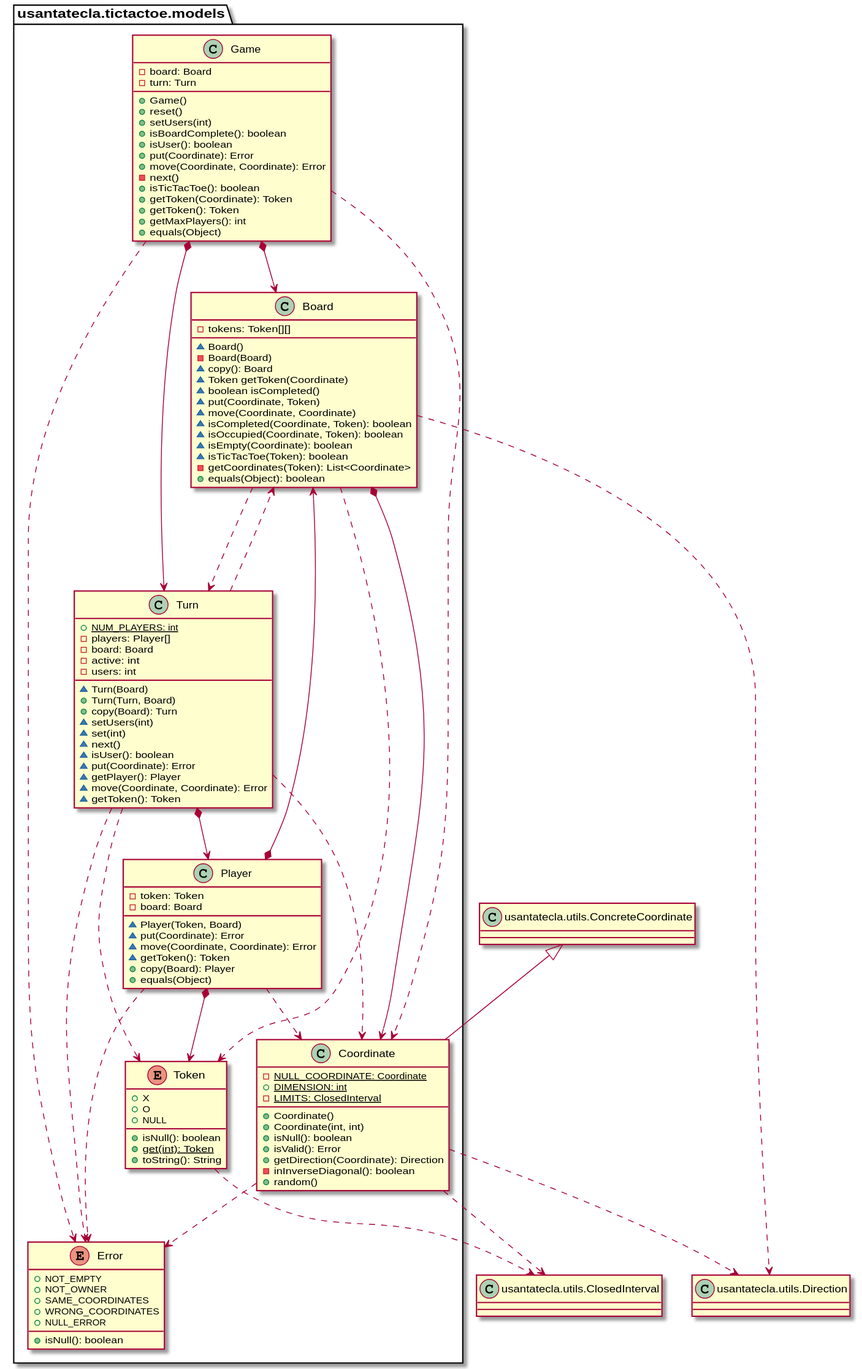
Earlier version of the PlantUML export documentView/withFactoryMethod/docs/diagrams/out/paquetes/tictactoe.models.svg (Jolucaa/USantaTecla-project-ticTacToe).
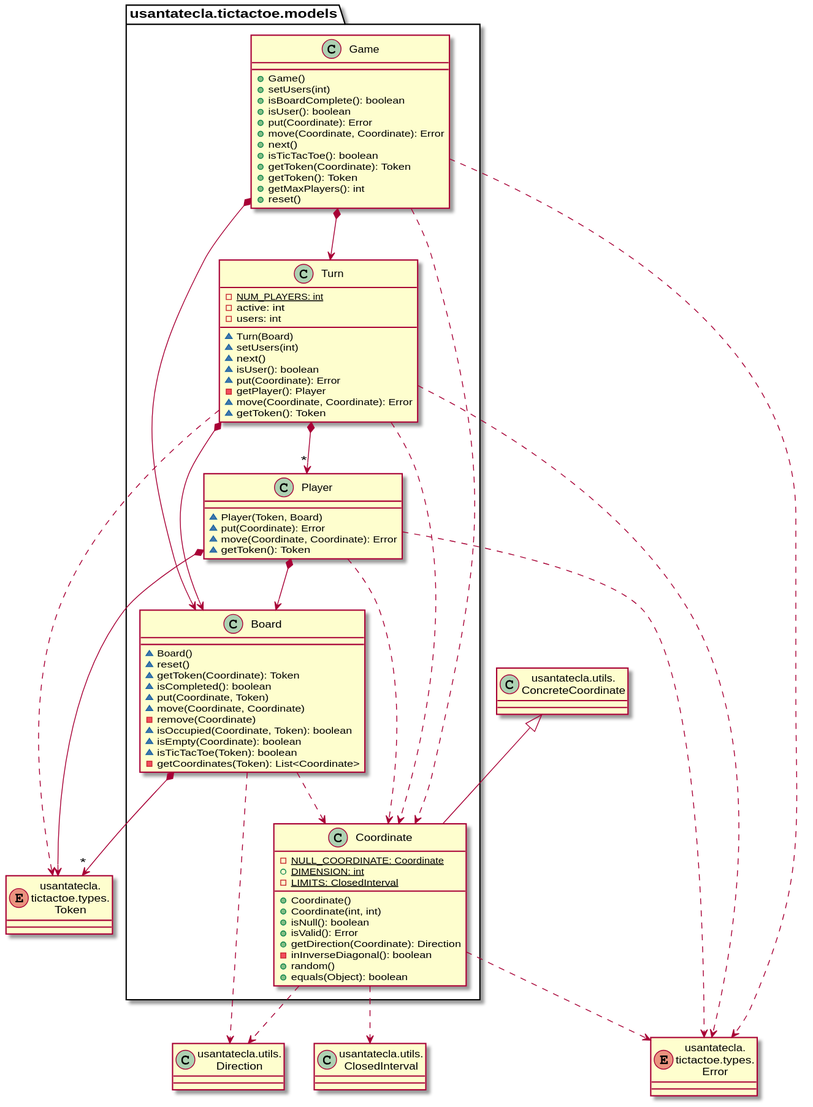
Above is the later version.

Diff of the diagram source:
```diff
@@ -1,126 +1,92 @@
 @startuml
+enum Error as "usantatecla.\ntictactoe.types.\nError"
+enum Token as "usantatecla.\ntictactoe.types.\nToken"
+class Direction as "usantatecla.utils.\nDirection"
+class ConcreteCoordinate as "usantatecla.utils.\nConcreteCoordinate"
+class ClosedInterval as "usantatecla.utils.\nClosedInterval"
+
 class  usantatecla.tictactoe.models.Board{
-- tokens: Token[][]
-~ Board()
-- Board(Board)
-~ copy(): Board
-~ Token getToken(Coordinate)
-~ boolean isCompleted()
-~ put(Coordinate, Token)
-~ move(Coordinate, Coordinate)
-~ isCompleted(Coordinate, Token): boolean
-~ isOccupied(Coordinate, Token): boolean
-~ isEmpty(Coordinate): boolean
-~ isTicTacToe(Token): boolean
-- getCoordinates(Token): List<Coordinate>
-+ equals(Object): boolean
+  ~ Board()
+  ~ reset()
+  ~ getToken(Coordinate): Token
+  ~ isCompleted(): boolean
+  ~ put(Coordinate, Token)
+  ~ move(Coordinate, Coordinate)
+  - remove(Coordinate)
+  ~ isOccupied(Coordinate, Token): boolean
+  ~ isEmpty(Coordinate): boolean
+  ~ isTicTacToe(Token): boolean
+  - getCoordinates(Token): List<Coordinate>
 }
-
-class ClosedInterval as "usantatecla.utils.ClosedInterval"
-class ConcreteCoordinate as "usantatecla.utils.ConcreteCoordinate"
-class Direction as "usantatecla.utils.Direction"
-
-usantatecla.tictactoe.models.Board *-down-> usantatecla.tictactoe.models.Coordinate
-usantatecla.tictactoe.models.Board ..> usantatecla.tictactoe.types.Token
-usantatecla.tictactoe.models.Board ..> usantatecla.tictactoe.models.Turn
-usantatecla.tictactoe.models.Board ..> Direction
+usantatecla.tictactoe.models.Board *-down-> "*" Token
+usantatecla.tictactoe.models.Board .down.> usantatecla.tictactoe.models.Coordinate
+usantatecla.tictactoe.models.Board .down.> Direction
 
 class  usantatecla.tictactoe.models.Coordinate{
-- {static} NULL_COORDINATE: Coordinate
-+ {static} DIMENSION: int
-- {static} LIMITS: ClosedInterval
-+ Coordinate()
-+ Coordinate(int, int)
-+ isNull(): boolean
-+ isValid(): Error
-+ getDirection(Coordinate): Direction
-- inInverseDiagonal(): boolean
-+ random()
+  - {static} NULL_COORDINATE: Coordinate
+  + {static} DIMENSION: int
+  - {static} LIMITS: ClosedInterval
+  + Coordinate()
+  + Coordinate(int, int)
+  + isNull(): boolean
+  + isValid(): Error
+  + getDirection(Coordinate): Direction
+  - inInverseDiagonal(): boolean
+  + random()
+  + equals(Object): boolean
 }
 ConcreteCoordinate <|-down- usantatecla.tictactoe.models.Coordinate
-usantatecla.tictactoe.models.Coordinate ..> usantatecla.tictactoe.types.Error
-usantatecla.tictactoe.models.Coordinate ..> Direction
-usantatecla.tictactoe.models.Coordinate ..> ClosedInterval
-
-enum  usantatecla.tictactoe.types.Error{
-+ NOT_EMPTY
-+ NOT_OWNER
-+ SAME_COORDINATES
-+ WRONG_COORDINATES
-+ NULL_ERROR
-+ isNull(): boolean
-}
+usantatecla.tictactoe.models.Coordinate .down.> Error
+usantatecla.tictactoe.models.Coordinate .down.> Direction
+usantatecla.tictactoe.models.Coordinate .down.> ClosedInterval
 
 class  usantatecla.tictactoe.models.Game{
-- board: Board
-- turn: Turn
-+ Game()
-+ reset()
-+ setUsers(int)
-+ isBoardComplete(): boolean
-+ isUser(): boolean
-+ put(Coordinate): Error
-+ move(Coordinate, Coordinate): Error
-- next()
-+ isTicTacToe(): boolean
-+ getToken(Coordinate): Token
-+ getToken(): Token
-+ getMaxPlayers(): int
-+ equals(Object)
+  + Game()
+  + setUsers(int)
+  + isBoardComplete(): boolean
+  + isUser(): boolean
+  + put(Coordinate): Error
+  + move(Coordinate, Coordinate): Error
+  + next()
+  + isTicTacToe(): boolean
+  + getToken(Coordinate): Token
+  + getToken(): Token
+  + getMaxPlayers(): int
+  + reset()
 }
 usantatecla.tictactoe.models.Game *-down-> usantatecla.tictactoe.models.Board
 usantatecla.tictactoe.models.Game *-down-> usantatecla.tictactoe.models.Turn
-usantatecla.tictactoe.models.Game ..> usantatecla.tictactoe.models.Coordinate
-usantatecla.tictactoe.models.Game ..> usantatecla.tictactoe.types.Error
+usantatecla.tictactoe.models.Game .down.> usantatecla.tictactoe.models.Coordinate
+usantatecla.tictactoe.models.Game .down.> Error
 
 class  usantatecla.tictactoe.models.Player{
-- token: Token
-- board: Board
-~ Player(Token, Board)
-~ put(Coordinate): Error
-~ move(Coordinate, Coordinate): Error
-~ getToken(): Token
-+ copy(Board): Player
-+ equals(Object)
+  ~ Player(Token, Board)
+  ~ put(Coordinate): Error
+  ~ move(Coordinate, Coordinate): Error
+  ~ getToken(): Token
 }
-usantatecla.tictactoe.models.Player *-down-> usantatecla.tictactoe.types.Token
 usantatecla.tictactoe.models.Player *-down-> usantatecla.tictactoe.models.Board
-usantatecla.tictactoe.models.Player ..> usantatecla.tictactoe.models.Coordinate
-usantatecla.tictactoe.models.Player ..> usantatecla.tictactoe.types.Error
+usantatecla.tictactoe.models.Player *-down-> Token
+usantatecla.tictactoe.models.Player .down.> usantatecla.tictactoe.models.Coordinate
+usantatecla.tictactoe.models.Player .down.> Error
 
-enum  usantatecla.tictactoe.types.Token{
-+ X
-+ O
-+ NULL
-+ isNull(): boolean
-+ {static} get(int): Token
-+ toString(): String
+class  usantatecla.tictactoe.models.Turn{
+  - {static} NUM_PLAYERS: int
+  - active: int
+  - users: int
+  ~ Turn(Board)
+  ~ setUsers(int)
+  ~ next()
+  ~ isUser(): boolean
+  ~ put(Coordinate): Error
+  - getPlayer(): Player
+  ~ move(Coordinate, Coordinate): Error
+  ~ getToken(): Token
 }
 
-usantatecla.tictactoe.types.Token ..> ClosedInterval
-
-class  usantatecla.tictactoe.models.Turn{
-+ {static} NUM_PLAYERS: int
-- players: Player[]
-- board: Board
-- active: int
-- users: int
-~ Turn(Board)
-+ Turn(Turn, Board)
-+ copy(Board): Turn
-~ setUsers(int)
-~ set(int)
-~ next()
-~ isUser(): boolean
-~ put(Coordinate): Error
-~ getPlayer(): Player
-~ move(Coordinate, Coordinate): Error
-~ getToken(): Token
-}
-
-usantatecla.tictactoe.models.Turn *-down-> usantatecla.tictactoe.models.Player
-usantatecla.tictactoe.models.Turn ..down-> usantatecla.tictactoe.models.Board
-usantatecla.tictactoe.models.Turn ..down-> usantatecla.tictactoe.types.Token
-usantatecla.tictactoe.models.Turn ..down-> usantatecla.tictactoe.models.Coordinate
-usantatecla.tictactoe.models.Turn ..down-> usantatecla.tictactoe.types.Error
+usantatecla.tictactoe.models.Turn *-down-> "*" usantatecla.tictactoe.models.Player
+usantatecla.tictactoe.models.Turn *-down-> usantatecla.tictactoe.models.Board
+usantatecla.tictactoe.models.Turn .down.> usantatecla.tictactoe.models.Coordinate
+usantatecla.tictactoe.models.Turn .down.> Token
+usantatecla.tictactoe.models.Turn .down.> Error
 @enduml
```
